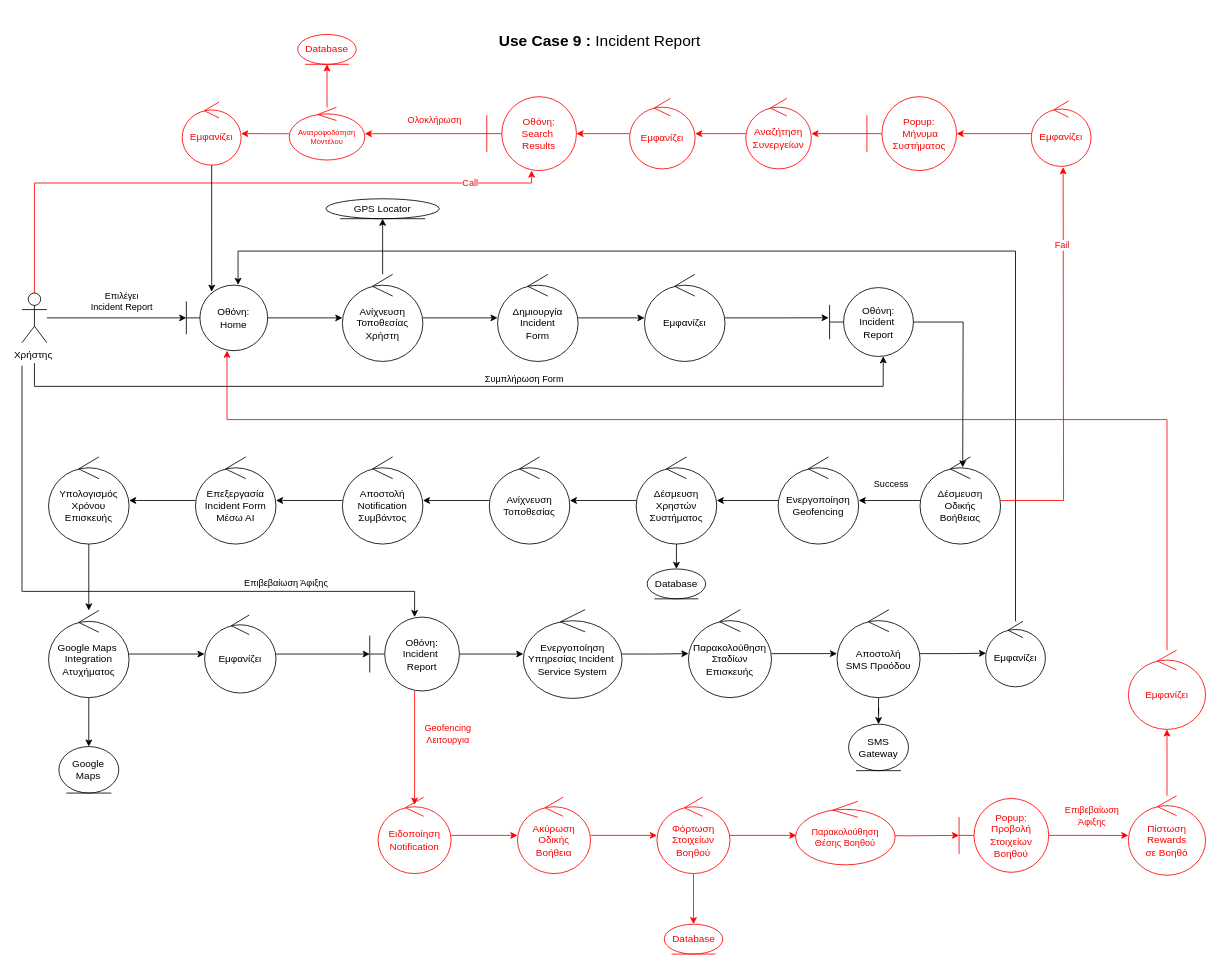
Before: page "Use Case 9 Robustness" (9 of 9) of drawio/Robustness.drawio in ChristineGi/LeaseIt, a draw.io diagram. Source tidied: cells renumbered, new cells numbered last; positions are measured from the earlier drawing's top-left corner, leaving out a move shared by most shapes. Both pictures are drawn from the tidied source at 83%, with x=0, y=0 at pixel (22, 17).
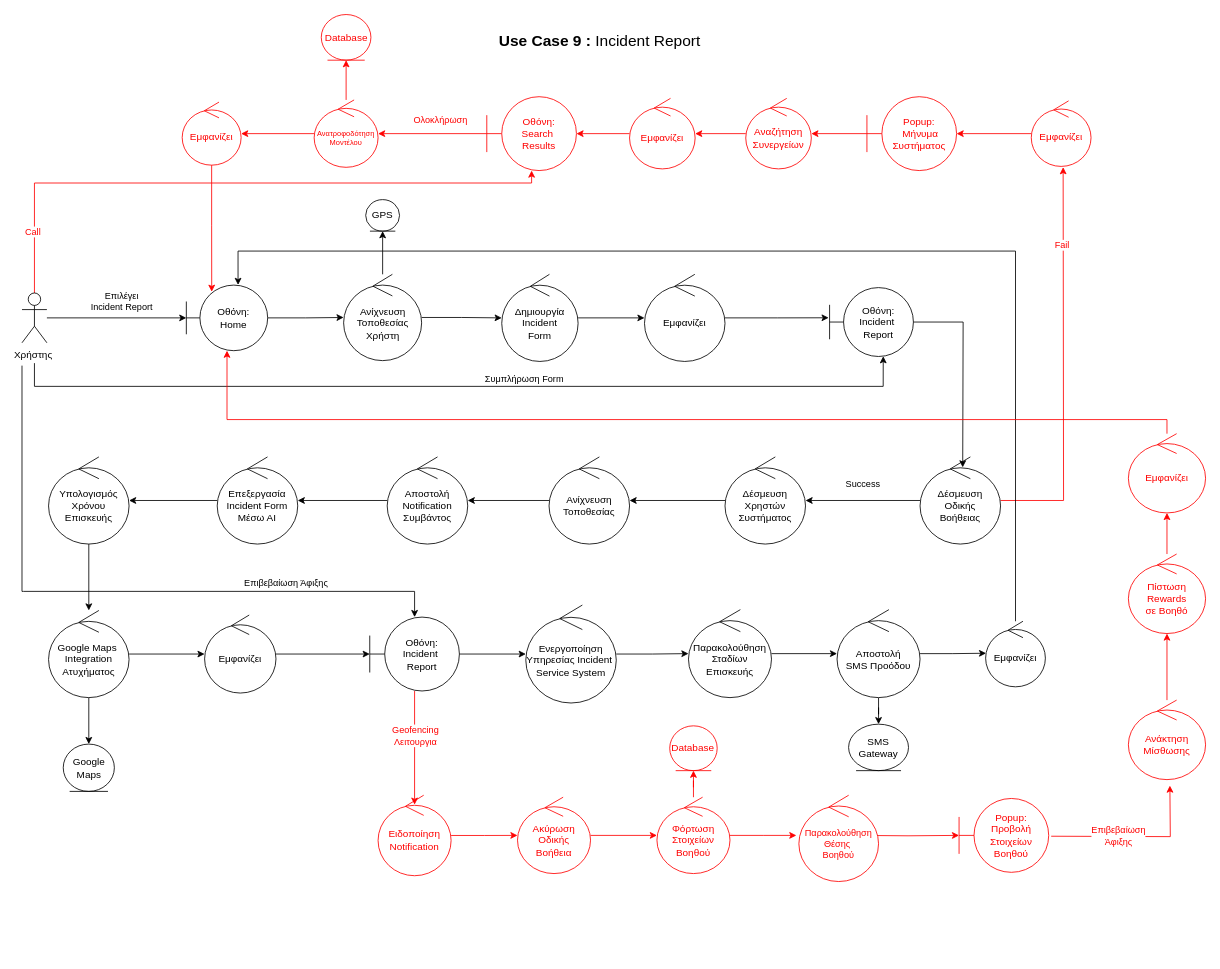
After the change.

Unchanged cells that the change refers to:
```xml
<mxCell id="4" style="edgeStyle=orthogonalEdgeStyle;rounded=0;jettySize=auto;html=1;strokeColor=#FF0000;" parent="1" edge="1" source="6" target="70">
  <mxGeometry relative="1" as="geometry">
    <Array as="points">
      <mxPoint x="15" y="200" />
      <mxPoint x="614" y="200" />
    </Array>
  </mxGeometry>
</mxCell>
<mxCell id="10" value="Οθόνη:&lt;div&gt;Home&lt;/div&gt;" style="shape=umlBoundary;whiteSpace=wrap;html=1;" parent="1" vertex="1">
  <mxGeometry x="198" y="323" width="98" height="79" as="geometry" />
</mxCell>
<mxCell id="27" value="Δέσμευση&lt;div&gt;Οδικής&lt;/div&gt;&lt;div&gt;Βοήθειας&lt;/div&gt;" style="ellipse;shape=umlControl;whiteSpace=wrap;html=1;" parent="1" vertex="1">
  <mxGeometry x="1082" y="530" width="97" height="105" as="geometry" />
</mxCell>
<mxCell id="46" style="edgeStyle=orthogonalEdgeStyle;rounded=0;jettySize=auto;html=1;strokeColor=#FF0000;" parent="1" edge="1" source="48">
  <mxGeometry relative="1" as="geometry">
    <mxPoint x="473" y="949" as="targetPoint" />
  </mxGeometry>
</mxCell>
<mxCell id="75" value="Εμφανίζει" style="ellipse;shape=umlControl;whiteSpace=wrap;html=1;fontColor=#FF0000;strokeColor=#FF0000;" parent="1" vertex="1">
  <mxGeometry x="193" y="102.5" width="71" height="76" as="geometry" />
</mxCell>
<mxCell id="88" value="Popup:&lt;div&gt;Προβολή&lt;/div&gt;&lt;div&gt;Στοιχείων&lt;/div&gt;&lt;div&gt;Βοηθού&lt;/div&gt;" style="shape=umlBoundary;whiteSpace=wrap;html=1;fontColor=#FF0000;strokeColor=#FF0000;" parent="1" vertex="1">
  <mxGeometry x="1129" y="941.5" width="108" height="89" as="geometry" />
</mxCell>
```

The edit, as a diff of the source:
```diff
@@
     <mxCell id="5" value="&lt;font color=&quot;#ff0000&quot;&gt;Call&lt;/font&gt;" style="edgeLabel;html=1;align=center;verticalAlign=middle;" parent="4" vertex="1">
       <mxGeometry x="0.09" y="2" relative="1" as="geometry">
-        <mxPoint x="250" y="1" as="offset" />
+        <mxPoint x="-277" y="60" as="offset" />
       </mxGeometry>
     </mxCell>
@@
     <mxCell id="13" value="Ανίχνευση&lt;div&gt;Τοποθεσίας&lt;/div&gt;&lt;div&gt;Χρήστη&lt;/div&gt;" style="ellipse;shape=umlControl;whiteSpace=wrap;html=1;" parent="1" vertex="1">
-      <mxGeometry x="386" y="310" width="97" height="105" as="geometry" />
+      <mxGeometry x="387.5" y="310" width="94" height="104" as="geometry" />
     </mxCell>
-    <mxCell id="14" value="GPS&amp;nbsp;&lt;span style=&quot;background-color: initial;&quot;&gt;Locator&lt;/span&gt;" style="ellipse;shape=umlEntity;whiteSpace=wrap;html=1;" parent="1" vertex="1">
-      <mxGeometry x="366.2" y="219" width="136.6" height="24" as="geometry" />
+    <mxCell id="14" value="GPS" style="ellipse;shape=umlEntity;whiteSpace=wrap;html=1;" parent="1" vertex="1">
+      <mxGeometry x="414.1" y="220" width="40.8" height="38" as="geometry" />
     </mxCell>
@@
     <mxCell id="16" value="Δημιουργία&lt;div&gt;Incident&lt;/div&gt;&lt;div&gt;Form&lt;/div&gt;" style="ellipse;shape=umlControl;whiteSpace=wrap;html=1;" parent="1" vertex="1">
-      <mxGeometry x="573" y="310" width="97" height="105" as="geometry" />
+      <mxGeometry x="578" y="310" width="92" height="105" as="geometry" />
     </mxCell>
@@
-    <mxCell id="23" style="edgeStyle=orthogonalEdgeStyle;rounded=0;jettySize=auto;html=1;" parent="1" edge="1" source="27" target="29">
+    <mxCell id="23" style="edgeStyle=orthogonalEdgeStyle;rounded=0;jettySize=auto;html=1;" parent="1" edge="1" source="27" target="32">
       <mxGeometry relative="1" as="geometry" />
     </mxCell>
@@
-    <mxCell id="28" style="edgeStyle=orthogonalEdgeStyle;rounded=0;jettySize=auto;html=1;" parent="1" edge="1" source="29" target="32">
-      <mxGeometry relative="1" as="geometry" />
-    </mxCell>
-    <mxCell id="29" value="Ενεργοποίηση&lt;div&gt;Geofencing&lt;/div&gt;" style="ellipse;shape=umlControl;whiteSpace=wrap;html=1;" parent="1" vertex="1">
-      <mxGeometry x="911" y="530" width="97" height="105" as="geometry" />
-    </mxCell>
-    <mxCell id="30" style="edgeStyle=orthogonalEdgeStyle;rounded=0;jettySize=auto;html=1;" parent="1" edge="1" source="32" target="33">
-      <mxGeometry relative="1" as="geometry" />
-    </mxCell>
@@
     <mxCell id="32" value="Δέσμευση&lt;div&gt;Χρηστών&lt;/div&gt;&lt;div&gt;Συστήματος&lt;/div&gt;" style="ellipse;shape=umlControl;whiteSpace=wrap;html=1;" parent="1" vertex="1">
-      <mxGeometry x="740" y="530" width="97" height="105" as="geometry" />
+      <mxGeometry x="847" y="530" width="97" height="105" as="geometry" />
     </mxCell>
-    <mxCell id="33" value="Database" style="ellipse;shape=umlEntity;whiteSpace=wrap;html=1;" parent="1" vertex="1">
-      <mxGeometry x="753.2" y="665" width="70.5" height="36" as="geometry" />
-    </mxCell>
@@
     <mxCell id="35" value="Ανίχνευση&lt;div&gt;Τοποθεσίας&lt;/div&gt;" style="ellipse;shape=umlControl;whiteSpace=wrap;html=1;" parent="1" vertex="1">
-      <mxGeometry x="563" y="530" width="97" height="105" as="geometry" />
+      <mxGeometry x="635" y="530" width="97" height="105" as="geometry" />
     </mxCell>
@@
     <mxCell id="37" value="Αποστολή&lt;div&gt;Notification&lt;/div&gt;&lt;div&gt;Συμβάντος&lt;/div&gt;" style="ellipse;shape=umlControl;whiteSpace=wrap;html=1;" parent="1" vertex="1">
-      <mxGeometry x="386" y="530" width="97" height="105" as="geometry" />
+      <mxGeometry x="440" y="530" width="97" height="105" as="geometry" />
     </mxCell>
@@
     <mxCell id="39" value="Επεξεργασία&lt;div&gt;Incident Form&lt;/div&gt;&lt;div&gt;Mέσω ΑΙ&lt;/div&gt;" style="ellipse;shape=umlControl;whiteSpace=wrap;html=1;" parent="1" vertex="1">
-      <mxGeometry x="209" y="530" width="97" height="105" as="geometry" />
+      <mxGeometry x="235.2" y="530" width="97" height="105" as="geometry" />
     </mxCell>
@@
     <mxCell id="47" value="&lt;font color=&quot;#ff0000&quot;&gt;Geofencing&lt;/font&gt;&lt;div&gt;&lt;font color=&quot;#ff0000&quot;&gt;Λειτουργια&lt;/font&gt;&lt;/div&gt;" style="edgeLabel;html=1;align=center;verticalAlign=middle;" parent="46" vertex="1">
       <mxGeometry x="0.57" y="-1" relative="1" as="geometry">
-        <mxPoint x="40" y="-56" as="offset" />
+        <mxPoint x="1" y="-54" as="offset" />
       </mxGeometry>
     </mxCell>
@@
     <mxCell id="52" value="Ενεργοποίηση&lt;div&gt;Υπηρεσίας&amp;nbsp;&lt;span style=&quot;background-color: initial; text-align: start; font-family: Calibri, sans-serif;&quot; lang=&quot;EN-US&quot;&gt;Incident&lt;/span&gt;&lt;span style=&quot;background-color: initial; text-align: start; font-family: Calibri, sans-serif;&quot; lang=&quot;EN-US&quot;&gt;&amp;nbsp;&lt;/span&gt;&lt;/div&gt;&lt;div&gt;&lt;span style=&quot;background-color: initial; text-align: start; font-family: Calibri, sans-serif;&quot; lang=&quot;EN-US&quot;&gt;S&lt;/span&gt;&lt;span style=&quot;background-color: initial; text-align: start; font-family: Calibri, sans-serif;&quot; lang=&quot;EN-US&quot;&gt;ervice&lt;/span&gt;&lt;span style=&quot;background-color: initial; text-align: start; font-family: Calibri, sans-serif;&quot; lang=&quot;EN-US&quot;&gt; &lt;/span&gt;&lt;span style=&quot;background-color: initial; text-align: start; font-family: Calibri, sans-serif;&quot; lang=&quot;EN-US&quot;&gt;System&lt;/span&gt;&lt;/div&gt;" style="ellipse;shape=umlControl;whiteSpace=wrap;html=1;" parent="1" vertex="1">
-      <mxGeometry x="604" y="714" width="119" height="107" as="geometry" />
+      <mxGeometry x="607" y="708.5" width="109" height="118" as="geometry" />
     </mxCell>
@@
     <mxCell id="73" value="&lt;font style=&quot;font-size: 9px;&quot;&gt;Ανατροφοδότηση&lt;/font&gt;&lt;div style=&quot;font-size: 9px;&quot;&gt;&lt;font style=&quot;font-size: 9px;&quot;&gt;Μοντέλου&lt;/font&gt;&lt;/div&gt;" style="ellipse;shape=umlControl;whiteSpace=wrap;html=1;fontSize=9;fontColor=#FF0000;strokeColor=#FF0000;" parent="1" vertex="1">
-      <mxGeometry x="322" y="108.8" width="91" height="63.5" as="geometry" />
+      <mxGeometry x="352" y="99.9" width="77" height="81.2" as="geometry" />
     </mxCell>
     <mxCell id="74" value="Database" style="ellipse;shape=umlEntity;whiteSpace=wrap;html=1;fontColor=#FF0000;strokeColor=#FF0000;" parent="1" vertex="1">
-      <mxGeometry x="332.2" y="21" width="70.5" height="36" as="geometry" />
+      <mxGeometry x="360.6" y="-3" width="59.8" height="55" as="geometry" />
     </mxCell>
@@
-    <mxCell id="76" style="edgeStyle=orthogonalEdgeStyle;rounded=0;jettySize=auto;html=1;entryX=0.312;entryY=0.102;entryDx=0;entryDy=0;entryPerimeter=0;" parent="1" edge="1" source="75" target="10">
+    <mxCell id="76" style="edgeStyle=orthogonalEdgeStyle;rounded=0;jettySize=auto;html=1;entryX=0.312;entryY=0.102;entryDx=0;entryDy=0;entryPerimeter=0;strokeColor=#FF0000;" parent="1" edge="1" source="75" target="10">
       <mxGeometry relative="1" as="geometry" />
     </mxCell>
@@
     <mxCell id="78" value="Ειδοποίηση&lt;div&gt;Notification&lt;/div&gt;" style="ellipse;shape=umlControl;whiteSpace=wrap;html=1;fontColor=#FF0000;strokeColor=#FF0000;" parent="1" vertex="1">
-      <mxGeometry x="429" y="940" width="88" height="92" as="geometry" />
+      <mxGeometry x="429" y="937.6" width="88" height="97" as="geometry" />
     </mxCell>
     <mxCell id="79" value="Google&lt;div&gt;Maps&lt;/div&gt;" style="ellipse;shape=umlEntity;whiteSpace=wrap;html=1;" parent="1" vertex="1">
-      <mxGeometry x="44.4" y="879" width="72.2" height="56" as="geometry" />
+      <mxGeometry x="49.7" y="876" width="61.6" height="57" as="geometry" />
     </mxCell>
@@
-    <mxCell id="86" style="edgeStyle=orthogonalEdgeStyle;rounded=0;jettySize=auto;html=1;fontColor=#FF0000;strokeColor=#FF0000;" parent="1" edge="1" source="88" target="92">
-      <mxGeometry relative="1" as="geometry" />
+    <mxCell id="86" style="edgeStyle=orthogonalEdgeStyle;rounded=0;orthogonalLoop=1;jettySize=auto;html=1;fontColor=#FF0000;strokeColor=#FF0000;" parent="1" edge="1">
+      <mxGeometry relative="1" as="geometry">
+        <mxPoint x="1240" y="987" as="sourcePoint" />
+        <mxPoint x="1383" y="926" as="targetPoint" />
+      </mxGeometry>
     </mxCell>
     <mxCell id="87" value="Επιβεβαίωση&lt;div&gt;Άφιξης&lt;/div&gt;" style="edgeLabel;html=1;align=center;verticalAlign=middle;fontColor=#FF0000;" parent="86" vertex="1">
       <mxGeometry x="-0.27" y="-1" relative="1" as="geometry">
-        <mxPoint x="16" y="-25" as="offset" />
+        <mxPoint x="6" y="-2" as="offset" />
       </mxGeometry>
     </mxCell>
@@
     <mxCell id="89" value="&lt;font color=&quot;#ff0000&quot;&gt;Database&lt;/font&gt;" style="ellipse;shape=umlEntity;whiteSpace=wrap;html=1;strokeColor=#FF0000;" parent="1" vertex="1">
-      <mxGeometry x="773.8" y="1093" width="70.5" height="36" as="geometry" />
+      <mxGeometry x="780.4" y="854" width="57.2" height="54" as="geometry" />
     </mxCell>
-    <mxCell id="90" value="&lt;font style=&quot;font-size: 11px;&quot;&gt;Παρακολούθηση&lt;/font&gt;&lt;div style=&quot;font-size: 11px;&quot;&gt;&lt;font style=&quot;font-size: 11px;&quot;&gt;Θέσης Βοηθού&lt;/font&gt;&lt;/div&gt;" style="ellipse;shape=umlControl;whiteSpace=wrap;html=1;fontColor=#FF0000;strokeColor=#FF0000;" parent="1" vertex="1">
-      <mxGeometry x="932" y="945" width="120" height="76.5" as="geometry" />
+    <mxCell id="90" value="&lt;font style=&quot;font-size: 11px;&quot;&gt;Παρακολούθηση&lt;/font&gt;&lt;div style=&quot;font-size: 11px;&quot;&gt;&lt;font style=&quot;font-size: 11px;&quot;&gt;Θέσης&amp;nbsp;&lt;/font&gt;&lt;/div&gt;&lt;div style=&quot;font-size: 11px;&quot;&gt;&lt;font style=&quot;font-size: 11px;&quot;&gt;Βοηθού&lt;/font&gt;&lt;/div&gt;" style="ellipse;shape=umlControl;whiteSpace=wrap;html=1;fontColor=#FF0000;strokeColor=#FF0000;" parent="1" vertex="1">
+      <mxGeometry x="936" y="937.6" width="96" height="104" as="geometry" />
     </mxCell>
@@
     <mxCell id="92" value="Πίστωση Rewards&lt;div&gt;σε Βοηθό&lt;/div&gt;" style="ellipse;shape=umlControl;whiteSpace=wrap;html=1;fontColor=#FF0000;strokeColor=#FF0000;" parent="1" vertex="1">
-      <mxGeometry x="1333" y="938.2" width="93" height="95.8" as="geometry" />
+      <mxGeometry x="1333" y="647" width="93" height="95.8" as="geometry" />
     </mxCell>
@@
     <mxCell id="94" value="&lt;font color=&quot;#ff0000&quot;&gt;Εμφανίζει&lt;/font&gt;" style="ellipse;shape=umlControl;whiteSpace=wrap;html=1;strokeColor=#FF0000;" parent="1" vertex="1">
-      <mxGeometry x="1333" y="762.8" width="93" height="95.5" as="geometry" />
+      <mxGeometry x="1333" y="502" width="93" height="95.5" as="geometry" />
     </mxCell>
@@
+    <mxCell id="96" style="edgeStyle=orthogonalEdgeStyle;rounded=0;jettySize=auto;html=1;strokeColor=#FF0000;" parent="1" edge="1" source="97" target="92">
+      <mxGeometry relative="1" as="geometry" />
+    </mxCell>
+    <mxCell id="97" value="Ανάκτηση&lt;div&gt;Μίσθωσης&lt;/div&gt;" style="ellipse;shape=umlControl;whiteSpace=wrap;html=1;fontColor=#FF0000;strokeColor=#FF0000;" parent="1" vertex="1">
+      <mxGeometry x="1333" y="823" width="93" height="95.8" as="geometry" />
+    </mxCell>
```
